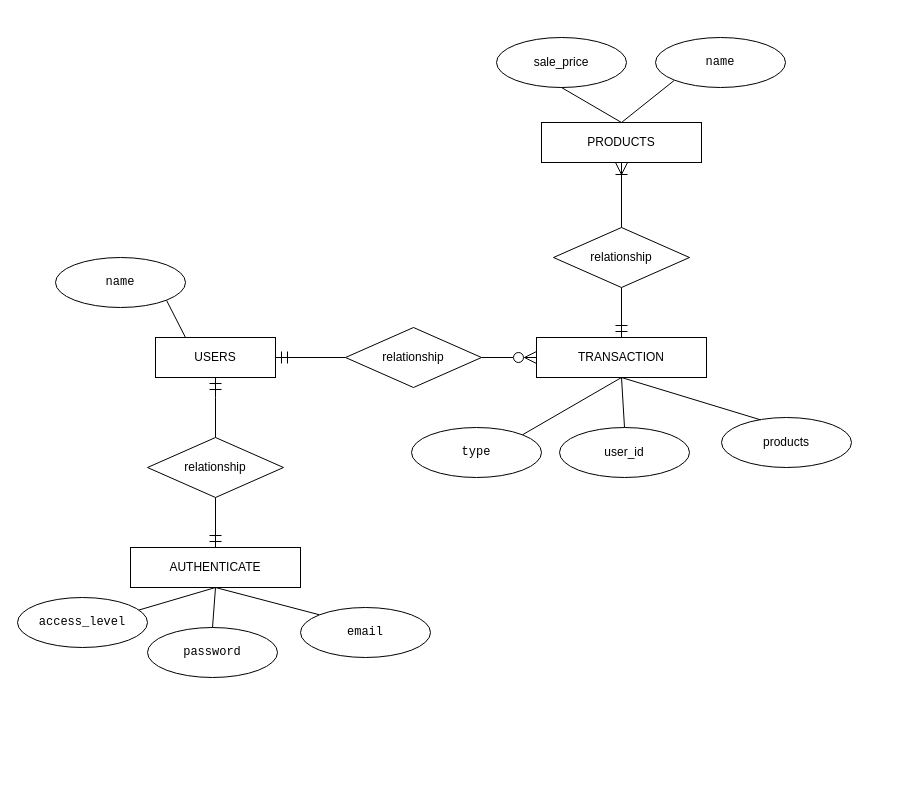
The draw.io diagram documentation/Conceitual.drawio in MateusNGF/vendas, before the edit. Source tidied: cells renumbered, new cells numbered last; positions are measured from the earlier drawing's top-left corner, leaving out a move shared by most shapes. Both pictures are drawn from the tidied source at 100%, with x=0, y=0 at pixel (17, 37).
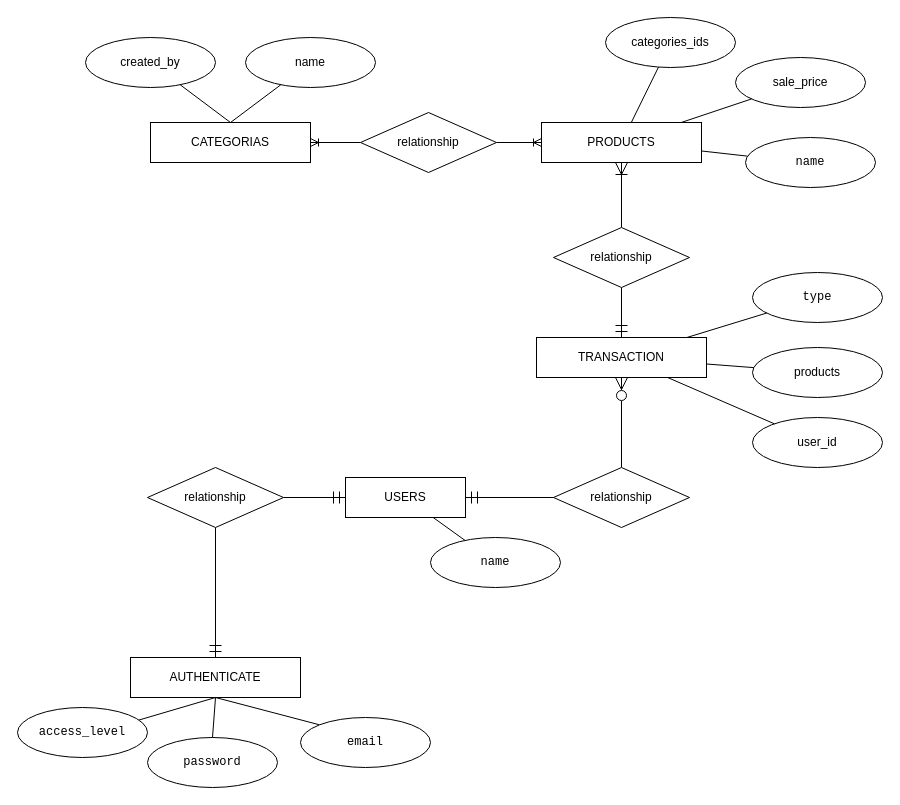
The same diagram, later.

Unchanged cells that the change refers to:
```xml
<mxCell id="10" value="PRODUCTS" style="rounded=0;whiteSpace=wrap;html=1;" parent="1" vertex="1">
  <mxGeometry x="524" y="85" width="160" height="40" as="geometry" />
</mxCell>
<mxCell id="11" value="TRANSACTION" style="rounded=0;whiteSpace=wrap;html=1;" parent="1" vertex="1">
  <mxGeometry x="519" y="300" width="170" height="40" as="geometry" />
</mxCell>
```

The edit, as a diff of the source:
```diff
@@
-    <mxCell id="2" style="edgeStyle=none;rounded=0;jettySize=auto;html=1;entryX=0;entryY=0.5;entryDx=0;entryDy=0;startArrow=ERmandOne;startFill=0;endArrow=none;endFill=0;startSize=10;endSize=10;" parent="1" edge="1" source="3" target="16">
+    <mxCell id="2" style="edgeStyle=none;rounded=0;jettySize=auto;html=1;startArrow=ERmandOne;startFill=0;endArrow=none;endFill=0;startSize=10;endSize=10;" parent="1" edge="1" source="3" target="16">
       <mxGeometry relative="1" as="geometry" />
     </mxCell>
     <mxCell id="3" value="USERS" style="rounded=0;whiteSpace=wrap;html=1;" parent="1" vertex="1">
-      <mxGeometry x="138" y="300" width="120" height="40" as="geometry" />
+      <mxGeometry x="328" y="440" width="120" height="40" as="geometry" />
     </mxCell>
@@
     <mxCell id="5" value="&lt;div style=&quot;text-align: left;&quot;&gt;&lt;pre dir=&quot;ltr&quot; id=&quot;tw-target-text&quot; class=&quot;tw-data-text tw-text-large tw-ta&quot;&gt;access_level&lt;/pre&gt;&lt;/div&gt;" style="ellipse;whiteSpace=wrap;html=1;rounded=0;" parent="1" vertex="1">
-      <mxGeometry y="560" width="130" height="50" as="geometry" />
+      <mxGeometry y="670" width="130" height="50" as="geometry" />
     </mxCell>
@@
     <mxCell id="7" value="&lt;div style=&quot;text-align: left;&quot;&gt;&lt;pre dir=&quot;ltr&quot; id=&quot;tw-target-text&quot; class=&quot;tw-data-text tw-text-large tw-ta&quot;&gt;email&lt;/pre&gt;&lt;/div&gt;" style="ellipse;whiteSpace=wrap;html=1;rounded=0;" parent="1" vertex="1">
-      <mxGeometry x="283" y="570" width="130" height="50" as="geometry" />
+      <mxGeometry x="283" y="680" width="130" height="50" as="geometry" />
     </mxCell>
-    <mxCell id="8" style="edgeStyle=none;rounded=0;jettySize=auto;html=1;entryX=0.25;entryY=0;entryDx=0;entryDy=0;startArrow=none;startFill=0;endArrow=none;endFill=0;exitX=1;exitY=1;exitDx=0;exitDy=0;" parent="1" edge="1" source="9" target="3">
+    <mxCell id="8" style="edgeStyle=none;rounded=0;jettySize=auto;html=1;startArrow=none;startFill=0;endArrow=none;endFill=0;" parent="1" edge="1" source="9" target="3">
       <mxGeometry relative="1" as="geometry" />
     </mxCell>
     <mxCell id="9" value="&lt;div style=&quot;text-align: left;&quot;&gt;&lt;pre dir=&quot;ltr&quot; id=&quot;tw-target-text&quot; class=&quot;tw-data-text tw-text-large tw-ta&quot;&gt;name&lt;/pre&gt;&lt;/div&gt;" style="ellipse;whiteSpace=wrap;html=1;rounded=0;" parent="1" vertex="1">
-      <mxGeometry x="38" y="220" width="130" height="50" as="geometry" />
+      <mxGeometry x="413" y="500" width="130" height="50" as="geometry" />
     </mxCell>
@@
-    <mxCell id="15" style="edgeStyle=none;rounded=0;jettySize=auto;html=1;entryX=0;entryY=0.5;entryDx=0;entryDy=0;startArrow=none;startFill=0;endArrow=ERzeroToMany;endFill=0;startSize=10;endSize=10;exitX=1;exitY=0.5;exitDx=0;exitDy=0;" parent="1" edge="1" source="16" target="11">
+    <mxCell id="15" style="edgeStyle=none;rounded=0;jettySize=auto;html=1;startArrow=none;startFill=0;endArrow=ERzeroToMany;endFill=0;startSize=10;endSize=10;" parent="1" edge="1" source="16" target="11">
       <mxGeometry relative="1" as="geometry" />
     </mxCell>
     <mxCell id="16" value="relationship" style="rhombus;whiteSpace=wrap;html=1;" parent="1" vertex="1">
-      <mxGeometry x="328" y="290" width="136" height="60" as="geometry" />
+      <mxGeometry x="536" y="430" width="136" height="60" as="geometry" />
     </mxCell>
-    <mxCell id="17" style="rounded=0;jettySize=auto;html=1;startArrow=none;startFill=0;endArrow=none;endFill=0;exitX=0;exitY=1;exitDx=0;exitDy=0;entryX=0.5;entryY=0;entryDx=0;entryDy=0;" parent="1" edge="1" source="18" target="10">
+    <mxCell id="17" style="rounded=0;jettySize=auto;html=1;startArrow=none;startFill=0;endArrow=none;endFill=0;" parent="1" edge="1" source="18" target="10">
       <mxGeometry relative="1" as="geometry" />
     </mxCell>
     <mxCell id="18" value="&lt;div style=&quot;text-align: left;&quot;&gt;&lt;pre dir=&quot;ltr&quot; id=&quot;tw-target-text&quot; class=&quot;tw-data-text tw-text-large tw-ta&quot;&gt;name&lt;/pre&gt;&lt;/div&gt;" style="ellipse;whiteSpace=wrap;html=1;rounded=0;" parent="1" vertex="1">
-      <mxGeometry x="638" width="130" height="50" as="geometry" />
+      <mxGeometry x="728" y="100" width="130" height="50" as="geometry" />
     </mxCell>
     <mxCell id="19" value="sale_price" style="ellipse;whiteSpace=wrap;html=1;rounded=0;" parent="1" vertex="1">
-      <mxGeometry x="479" width="130" height="50" as="geometry" />
+      <mxGeometry x="718" y="20" width="130" height="50" as="geometry" />
     </mxCell>
-    <mxCell id="20" style="rounded=0;jettySize=auto;html=1;startArrow=none;startFill=0;endArrow=none;endFill=0;exitX=0.5;exitY=1;exitDx=0;exitDy=0;entryX=0.5;entryY=0;entryDx=0;entryDy=0;" parent="1" edge="1" source="19" target="10">
+    <mxCell id="20" style="rounded=0;jettySize=auto;html=1;startArrow=none;startFill=0;endArrow=none;endFill=0;" parent="1" edge="1" source="19" target="10">
       <mxGeometry relative="1" as="geometry" />
     </mxCell>
     <mxCell id="21" value="products" style="ellipse;whiteSpace=wrap;html=1;rounded=0;" parent="1" vertex="1">
-      <mxGeometry x="704" y="380" width="130" height="50" as="geometry" />
+      <mxGeometry x="735" y="310" width="130" height="50" as="geometry" />
     </mxCell>
     <mxCell id="22" value="&lt;div style=&quot;text-align: left;&quot;&gt;&lt;pre dir=&quot;ltr&quot; id=&quot;tw-target-text&quot; class=&quot;tw-data-text tw-text-large tw-ta&quot;&gt;type&lt;/pre&gt;&lt;/div&gt;" style="ellipse;whiteSpace=wrap;html=1;rounded=0;" parent="1" vertex="1">
-      <mxGeometry x="394" y="390" width="130" height="50" as="geometry" />
+      <mxGeometry x="735" y="235" width="130" height="50" as="geometry" />
     </mxCell>
     <mxCell id="23" value="user_id" style="ellipse;whiteSpace=wrap;html=1;rounded=0;" parent="1" vertex="1">
-      <mxGeometry x="542" y="390" width="130" height="50" as="geometry" />
+      <mxGeometry x="735" y="380" width="130" height="50" as="geometry" />
     </mxCell>
-    <mxCell id="24" style="rounded=0;jettySize=auto;html=1;startArrow=none;startFill=0;endArrow=none;endFill=0;exitX=0.5;exitY=1;exitDx=0;exitDy=0;entryX=1;entryY=0;entryDx=0;entryDy=0;" parent="1" edge="1" source="11" target="22">
+    <mxCell id="24" style="rounded=0;jettySize=auto;html=1;startArrow=none;startFill=0;endArrow=none;endFill=0;" parent="1" edge="1" source="11" target="22">
       <mxGeometry relative="1" as="geometry" />
     </mxCell>
-    <mxCell id="25" style="rounded=0;jettySize=auto;html=1;startArrow=none;startFill=0;endArrow=none;endFill=0;exitX=0.5;exitY=1;exitDx=0;exitDy=0;entryX=0.301;entryY=0.047;entryDx=0;entryDy=0;entryPerimeter=0;" parent="1" edge="1" source="11" target="21">
+    <mxCell id="25" style="rounded=0;jettySize=auto;html=1;startArrow=none;startFill=0;endArrow=none;endFill=0;" parent="1" edge="1" source="11" target="21">
       <mxGeometry relative="1" as="geometry" />
     </mxCell>
-    <mxCell id="26" style="rounded=0;jettySize=auto;html=1;startArrow=none;startFill=0;endArrow=none;endFill=0;exitX=0.5;exitY=1;exitDx=0;exitDy=0;entryX=0.5;entryY=0;entryDx=0;entryDy=0;" parent="1" edge="1" source="11" target="23">
+    <mxCell id="26" style="rounded=0;jettySize=auto;html=1;startArrow=none;startFill=0;endArrow=none;endFill=0;" parent="1" edge="1" source="11" target="23">
       <mxGeometry relative="1" as="geometry" />
     </mxCell>
     <mxCell id="27" value="AUTHENTICATE" style="rounded=0;whiteSpace=wrap;html=1;" parent="1" vertex="1">
-      <mxGeometry x="113" y="510" width="170" height="40" as="geometry" />
+      <mxGeometry x="113" y="620" width="170" height="40" as="geometry" />
     </mxCell>
-    <mxCell id="28" style="edgeStyle=orthogonalEdgeStyle;rounded=0;jettySize=auto;html=1;entryX=0.5;entryY=1;entryDx=0;entryDy=0;endArrow=ERmandOne;endFill=0;endSize=10;startSize=10;" parent="1" edge="1" source="30" target="3">
-      <mxGeometry relative="1" as="geometry">
-        <Array as="points">
-          <mxPoint x="198" y="360" />
-          <mxPoint x="198" y="360" />
-        </Array>
-      </mxGeometry>
+    <mxCell id="28" style="edgeStyle=orthogonalEdgeStyle;rounded=0;jettySize=auto;html=1;endArrow=ERmandOne;endFill=0;endSize=10;startSize=10;" parent="1" edge="1" source="30" target="3">
+      <mxGeometry relative="1" as="geometry" />
     </mxCell>
@@
     <mxCell id="30" value="relationship" style="rhombus;whiteSpace=wrap;html=1;" parent="1" vertex="1">
-      <mxGeometry x="130" y="400" width="136" height="60" as="geometry" />
+      <mxGeometry x="130" y="430" width="136" height="60" as="geometry" />
     </mxCell>
     <mxCell id="31" value="&lt;div style=&quot;text-align: left;&quot;&gt;&lt;pre dir=&quot;ltr&quot; id=&quot;tw-target-text&quot; class=&quot;tw-data-text tw-text-large tw-ta&quot;&gt;password&lt;/pre&gt;&lt;/div&gt;" style="ellipse;whiteSpace=wrap;html=1;rounded=0;" parent="1" vertex="1">
-      <mxGeometry x="130" y="590" width="130" height="50" as="geometry" />
+      <mxGeometry x="130" y="700" width="130" height="50" as="geometry" />
     </mxCell>
@@
+    <mxCell id="33" style="edgeStyle=none;rounded=0;jettySize=auto;html=1;fontSize=10;endArrow=none;endFill=0;startArrow=ERoneToMany;startFill=0;entryX=0;entryY=0.5;entryDx=0;entryDy=0;" parent="1" edge="1" source="34" target="40">
+      <mxGeometry relative="1" as="geometry" />
+    </mxCell>
+    <mxCell id="34" value="CATEGORIAS" style="rounded=0;whiteSpace=wrap;html=1;" parent="1" vertex="1">
+      <mxGeometry x="133" y="85" width="160" height="40" as="geometry" />
+    </mxCell>
+    <mxCell id="35" style="rounded=0;jettySize=auto;html=1;fontSize=10;endArrow=none;endFill=0;entryX=0.5;entryY=0;entryDx=0;entryDy=0;" parent="1" edge="1" source="36" target="34">
+      <mxGeometry relative="1" as="geometry" />
+    </mxCell>
+    <mxCell id="36" value="name" style="ellipse;whiteSpace=wrap;html=1;rounded=0;" parent="1" vertex="1">
+      <mxGeometry x="228" width="130" height="50" as="geometry" />
+    </mxCell>
+    <mxCell id="37" style="rounded=0;jettySize=auto;html=1;fontSize=10;endArrow=none;endFill=0;entryX=0.5;entryY=0;entryDx=0;entryDy=0;" parent="1" edge="1" source="38" target="34">
+      <mxGeometry relative="1" as="geometry" />
+    </mxCell>
+    <mxCell id="38" value="created_by" style="ellipse;whiteSpace=wrap;html=1;rounded=0;" parent="1" vertex="1">
+      <mxGeometry x="68" width="130" height="50" as="geometry" />
+    </mxCell>
+    <mxCell id="39" style="edgeStyle=none;rounded=0;jettySize=auto;html=1;entryX=0;entryY=0.5;entryDx=0;entryDy=0;fontSize=10;startArrow=none;startFill=0;endArrow=ERoneToMany;endFill=0;" parent="1" edge="1" source="40" target="10">
+      <mxGeometry relative="1" as="geometry" />
+    </mxCell>
+    <mxCell id="40" value="relationship" style="rhombus;whiteSpace=wrap;html=1;" parent="1" vertex="1">
+      <mxGeometry x="343" y="75" width="136" height="60" as="geometry" />
+    </mxCell>
+    <mxCell id="41" style="edgeStyle=none;rounded=0;jettySize=auto;html=1;fontSize=10;startArrow=none;startFill=0;endArrow=none;endFill=0;" parent="1" edge="1" source="42" target="10">
+      <mxGeometry relative="1" as="geometry" />
+    </mxCell>
+    <mxCell id="42" value="categories_ids" style="ellipse;whiteSpace=wrap;html=1;rounded=0;" parent="1" vertex="1">
+      <mxGeometry x="588" y="-20" width="130" height="50" as="geometry" />
+    </mxCell>
```
